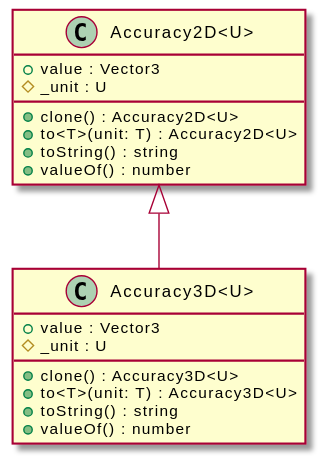
Before: assets/Accuracy3D-umlClassDiagram-6642.svg, a diagram exported from PlantUML (OpenHPS/openhps-core).
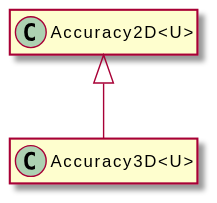
After the change.

What changed in the source:
```diff
@@ -3,20 +3,8 @@
 hide empty methods
 hide empty fields
 class "Accuracy3D<U>" {
-    +value : Vector3
-    #_unit : U
-    +clone() : Accuracy3D<U>
-    +to<T>(unit: T) : Accuracy3D<U>
-    +toString() : string
-    +valueOf() : number
 }
 class "Accuracy2D<U>" {
-    +value : Vector3
-    #_unit : U
-    +clone() : Accuracy2D<U>
-    +to<T>(unit: T) : Accuracy2D<U>
-    +toString() : string
-    +valueOf() : number
 }
 "Accuracy2D<U>" <|-- "Accuracy3D<U>"
 @enduml
```
